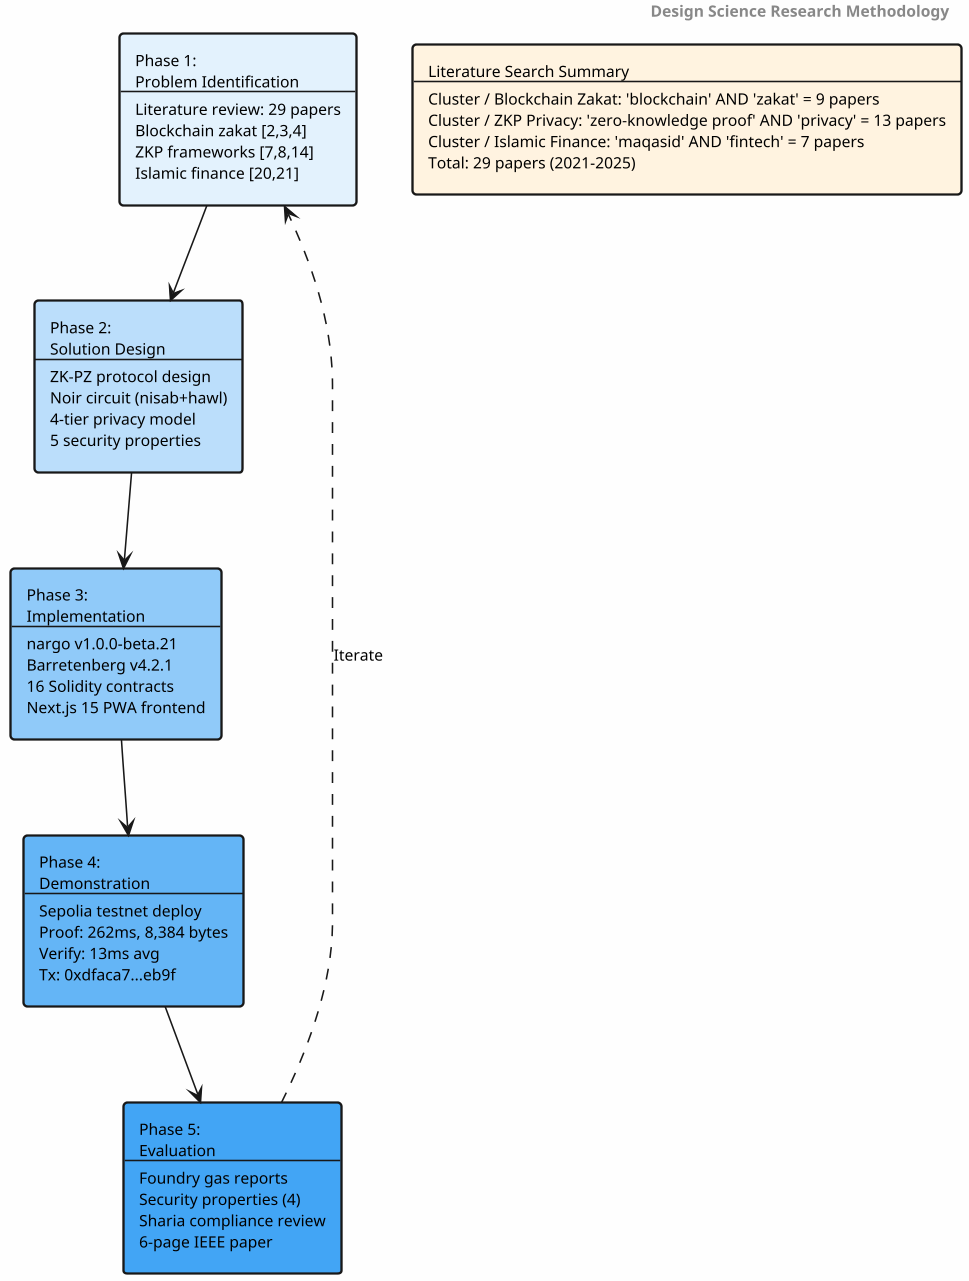
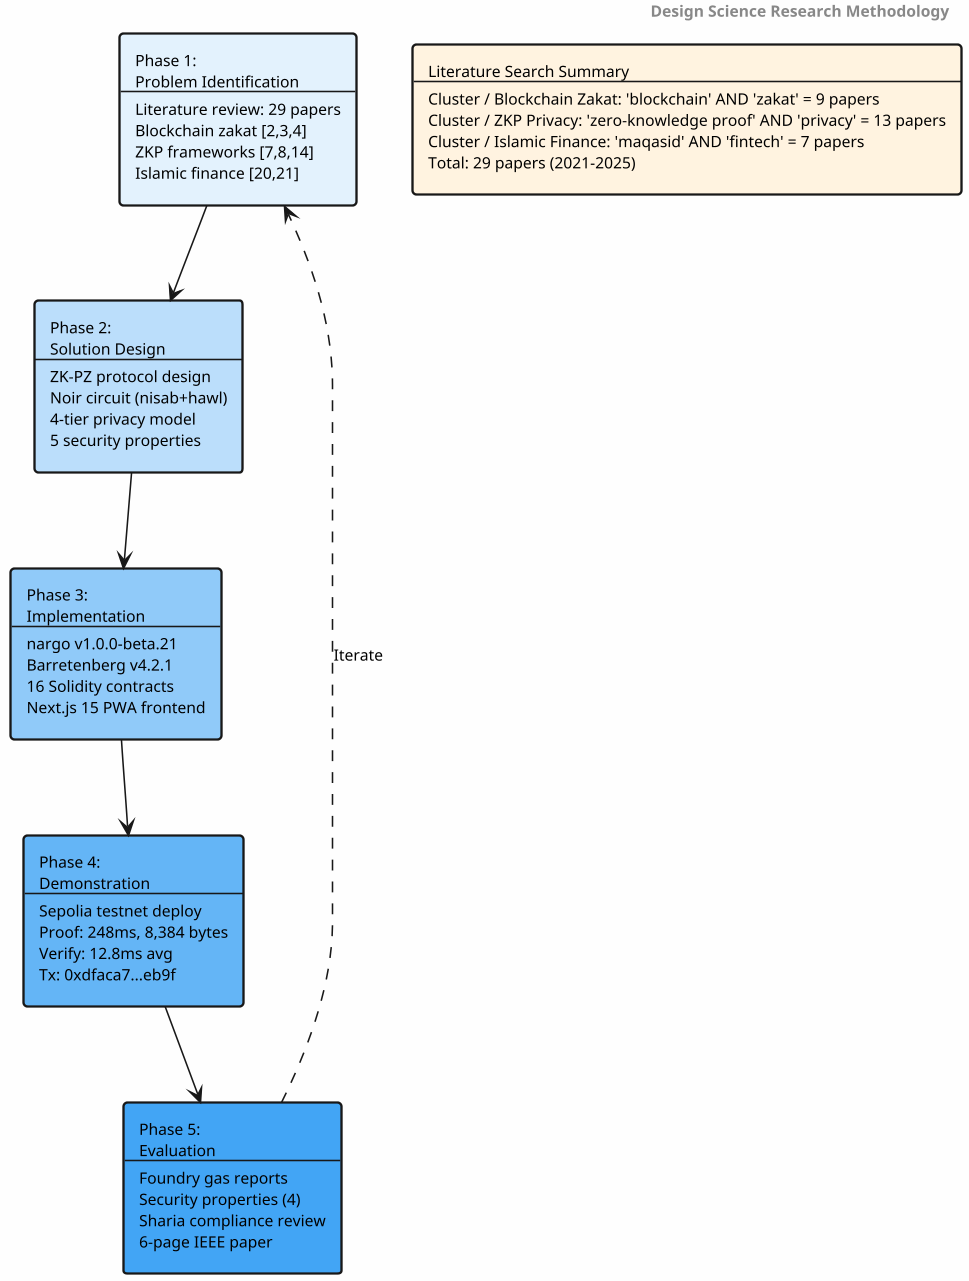
@startuml
skinparam backgroundColor #FEFEFE
skinparam shadowing false
skinparam defaultFontName Times-Roman
skinparam defaultFontSize 10
skinparam rectangleBorderThickness 1.5
skinparam dpi 150

header <b>Design Science Research Methodology</b>

rectangle "Phase 1:\nProblem Identification\n--\nLiterature review: 29 papers\nBlockchain zakat [2,3,4]\nZKP frameworks [7,8,14]\nIslamic finance [20,21]" as P1 #E3F2FD
rectangle "Phase 2:\nSolution Design\n--\nZK-PZ protocol design\nNoir circuit (nisab+hawl)\n4-tier privacy model\n5 security properties" as P2 #BBDEFB
rectangle "Phase 3:\nImplementation\n--\nnargo v1.0.0-beta.21\nBarretenberg v4.2.1\n16 Solidity contracts\nNext.js 15 PWA frontend" as P3 #90CAF9
- rectangle "Phase 4:\nDemonstration\n--\nSepolia testnet deploy\nProof: 262ms, 8,384 bytes\nVerify: 13ms avg\nTx: 0xdfaca7...eb9f" as P4 #64B5F6
+ rectangle "Phase 4:\nDemonstration\n--\nSepolia testnet deploy\nProof: 248ms, 8,384 bytes\nVerify: 12.8ms avg\nTx: 0xdfaca7...eb9f" as P4 #64B5F6
rectangle "Phase 5:\nEvaluation\n--\nFoundry gas reports\nSecurity properties (4)\nSharia compliance review\n6-page IEEE paper" as P5 #42A5F5

P1 --> P2
P2 --> P3
P3 --> P4
P4 --> P5
P5 ..> P1 : Iterate

rectangle "Literature Search Summary\n--\nCluster / Blockchain Zakat: 'blockchain' AND 'zakat' = 9 papers\nCluster / ZKP Privacy: 'zero-knowledge proof' AND 'privacy' = 13 papers\nCluster / Islamic Finance: 'maqasid' AND 'fintech' = 7 papers\nTotal: 29 papers (2021-2025)" as SUMMARY #FFF3E0

@enduml
